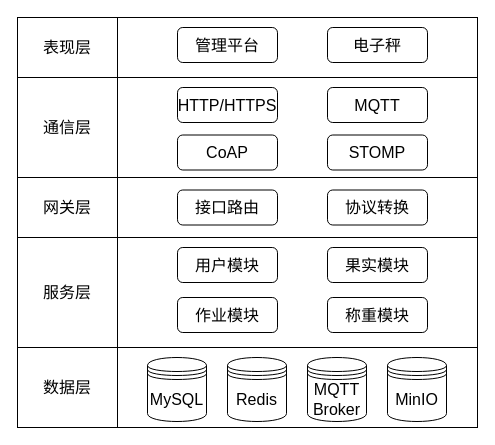
Before: design/软件分层架构图.dio in akynazh/aws, a draw.io diagram. Source tidied: cells renumbered, new cells numbered last; positions are measured from the earlier drawing's top-left corner, leaving out a move shared by most shapes. Both pictures are drawn from the tidied source at 100%, with x=0, y=0 at pixel (17, 17).
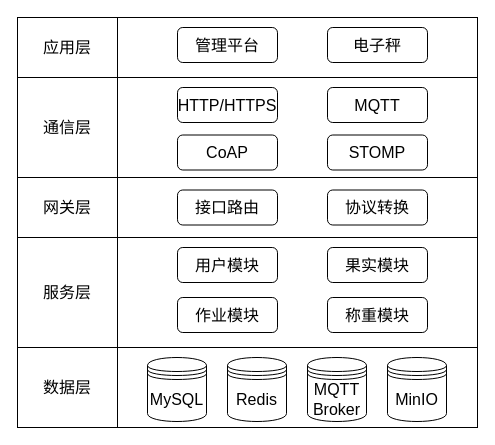
After the change.

The edit, as a diff of the source:
```diff
@@
-    <mxCell id="23" value="表现层" style="rounded=0;whiteSpace=wrap;html=1;fontFamily=Songti SC;fontSize=16;" parent="1" vertex="1">
+    <mxCell id="23" value="应用层" style="rounded=0;whiteSpace=wrap;html=1;fontFamily=Songti SC;fontSize=16;" parent="1" vertex="1">
       <mxGeometry width="100" height="60" as="geometry" />
     </mxCell>
```
